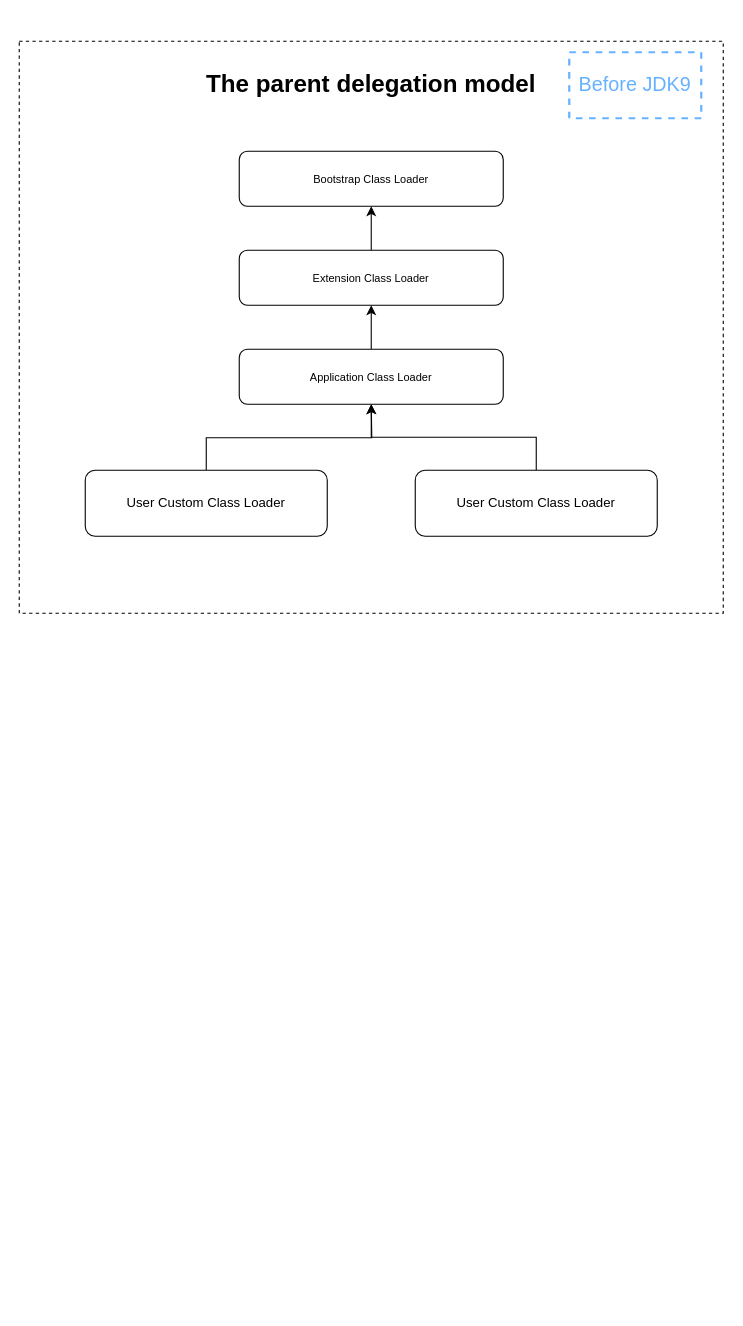
The draw.io diagram Parents-delegation-model.drawio in LamentWy/pic-repo, before the edit. Source tidied: cells renumbered, new cells numbered last; positions are measured from the earlier drawing's top-left corner, leaving out a move shared by most shapes. Both pictures are drawn from the tidied source at 110%, with x=0, y=0 at pixel (19, 41).
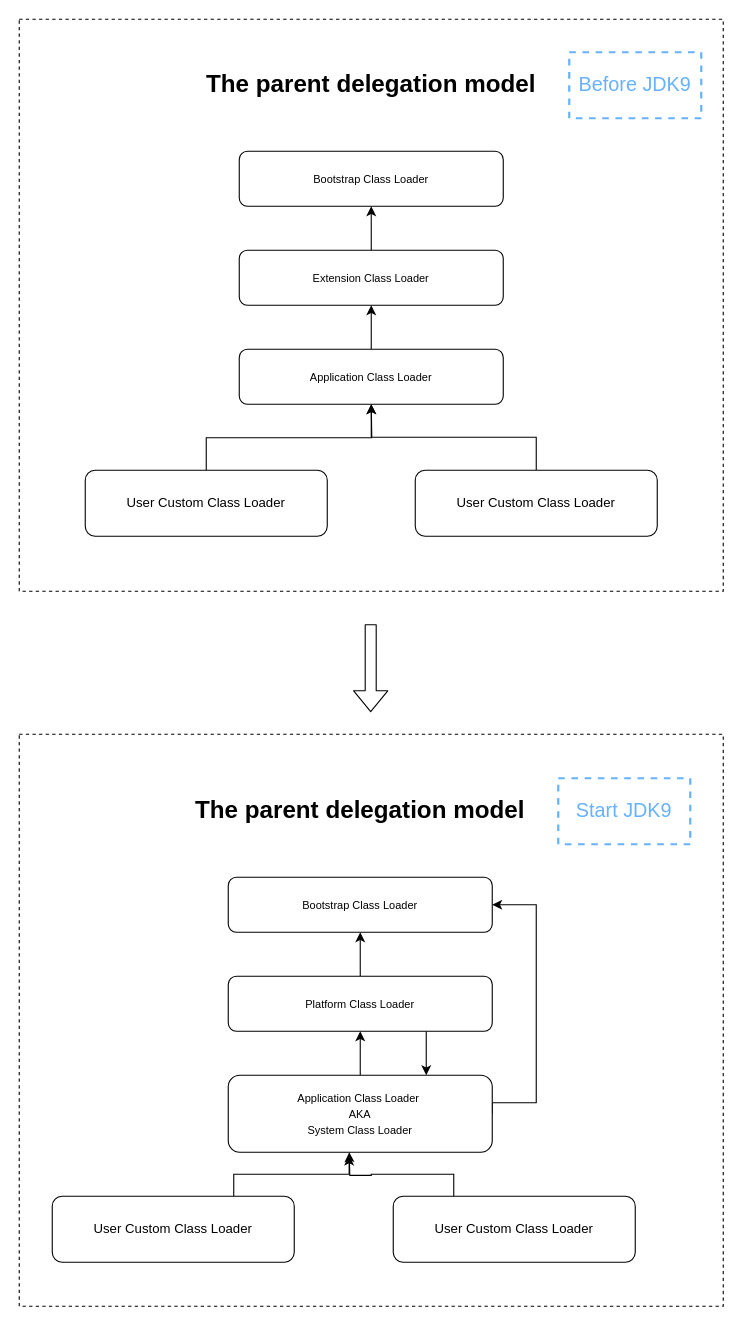
After the change.

The edit, as a diff of the source:
```diff
@@
     <mxCell id="12" style="rounded=0;whiteSpace=wrap;html=1;dashed=1;strokeColor=#000000;fillColor=none;" parent="1" vertex="1">
-      <mxGeometry width="640" height="520" as="geometry" />
+      <mxGeometry y="-20" width="640" height="520" as="geometry" />
     </mxCell>
@@
+    <mxCell id="14" value="&lt;font size=&quot;1&quot;&gt;Bootstrap Class Loader&lt;/font&gt;" style="rounded=1;whiteSpace=wrap;html=1;" parent="1" vertex="1">
+      <mxGeometry x="190" y="760" width="240" height="50" as="geometry" />
+    </mxCell>
+    <mxCell id="15" style="edgeStyle=orthogonalEdgeStyle;rounded=0;jettySize=auto;html=1;exitX=0.5;exitY=0;exitDx=0;exitDy=0;entryX=0.5;entryY=1;entryDx=0;entryDy=0;" parent="1" edge="1" source="17" target="14">
+      <mxGeometry relative="1" as="geometry" />
+    </mxCell>
+    <mxCell id="16" style="edgeStyle=orthogonalEdgeStyle;rounded=0;jettySize=auto;html=1;exitX=0.75;exitY=1;exitDx=0;exitDy=0;entryX=0.75;entryY=0;entryDx=0;entryDy=0;" parent="1" edge="1" source="17" target="20">
+      <mxGeometry relative="1" as="geometry" />
+    </mxCell>
+    <mxCell id="17" value="&lt;font size=&quot;1&quot;&gt;Platform Class Loader&lt;/font&gt;" style="rounded=1;whiteSpace=wrap;html=1;" parent="1" vertex="1">
+      <mxGeometry x="190" y="850" width="240" height="50" as="geometry" />
+    </mxCell>
+    <mxCell id="18" style="edgeStyle=orthogonalEdgeStyle;rounded=0;jettySize=auto;html=1;exitX=0.5;exitY=0;exitDx=0;exitDy=0;entryX=0.5;entryY=1;entryDx=0;entryDy=0;" parent="1" edge="1" source="20" target="17">
+      <mxGeometry relative="1" as="geometry" />
+    </mxCell>
+    <mxCell id="19" style="edgeStyle=orthogonalEdgeStyle;rounded=0;jettySize=auto;html=1;exitX=1;exitY=0.5;exitDx=0;exitDy=0;entryX=1;entryY=0.5;entryDx=0;entryDy=0;" parent="1" edge="1" source="20" target="14">
+      <mxGeometry relative="1" as="geometry">
+        <Array as="points">
+          <mxPoint x="470" y="965" />
+          <mxPoint x="470" y="785" />
+        </Array>
+      </mxGeometry>
+    </mxCell>
+    <mxCell id="20" value="&lt;font size=&quot;1&quot;&gt;Application Class Loader&amp;nbsp;&lt;br&gt;AKA&lt;br&gt;System Class Loader&lt;br&gt;&lt;/font&gt;" style="rounded=1;whiteSpace=wrap;html=1;" parent="1" vertex="1">
+      <mxGeometry x="190" y="940" width="240" height="70" as="geometry" />
+    </mxCell>
+    <mxCell id="21" style="edgeStyle=orthogonalEdgeStyle;rounded=0;jettySize=auto;html=1;exitX=0.75;exitY=0;exitDx=0;exitDy=0;entryX=0.458;entryY=1.043;entryDx=0;entryDy=0;entryPerimeter=0;" parent="1" edge="1" source="22" target="20">
+      <mxGeometry relative="1" as="geometry" />
+    </mxCell>
+    <mxCell id="22" value="User C&lt;span style=&quot;font-size: 12px&quot;&gt;ustom Class Loader&lt;/span&gt;" style="rounded=1;whiteSpace=wrap;html=1;" parent="1" vertex="1">
+      <mxGeometry x="30" y="1050" width="220" height="60" as="geometry" />
+    </mxCell>
+    <mxCell id="23" style="edgeStyle=orthogonalEdgeStyle;rounded=0;jettySize=auto;html=1;exitX=0.25;exitY=0;exitDx=0;exitDy=0;" parent="1" edge="1" source="24">
+      <mxGeometry relative="1" as="geometry">
+        <mxPoint x="300" y="1010" as="targetPoint" />
+      </mxGeometry>
+    </mxCell>
+    <mxCell id="24" value="User C&lt;span style=&quot;font-size: 12px&quot;&gt;ustom Class Loader&lt;/span&gt;" style="rounded=1;whiteSpace=wrap;html=1;" parent="1" vertex="1">
+      <mxGeometry x="340" y="1050" width="220" height="60" as="geometry" />
+    </mxCell>
+    <mxCell id="25" value="&lt;font style=&quot;font-size: 22px&quot;&gt;&lt;b&gt;The parent delegation model&lt;/b&gt;&lt;/font&gt;" style="text;html=1;fillColor=none;align=center;verticalAlign=middle;whiteSpace=wrap;rounded=0;dashed=1;" parent="1" vertex="1">
+      <mxGeometry x="150" y="680" width="320" height="40" as="geometry" />
+    </mxCell>
+    <mxCell id="26" value="&lt;font style=&quot;font-size: 18px&quot; color=&quot;#66b2ff&quot;&gt;Start JDK9&lt;/font&gt;" style="rounded=0;whiteSpace=wrap;html=1;dashed=1;fillColor=none;strokeWidth=2;strokeColor=#66B2FF;" parent="1" vertex="1">
+      <mxGeometry x="490" y="670" width="120" height="60" as="geometry" />
+    </mxCell>
+    <mxCell id="27" style="rounded=0;whiteSpace=wrap;html=1;dashed=1;strokeColor=#000000;fillColor=none;" parent="1" vertex="1">
+      <mxGeometry y="630" width="640" height="520" as="geometry" />
+    </mxCell>
+    <mxCell id="28" style="shape=flexArrow;endArrow=classic;html=1;" parent="1" edge="1">
+      <mxGeometry relative="1" as="geometry">
+        <mxPoint x="319.5" y="530" as="sourcePoint" />
+        <mxPoint x="319.5" y="610" as="targetPoint" />
+      </mxGeometry>
+    </mxCell>
```
